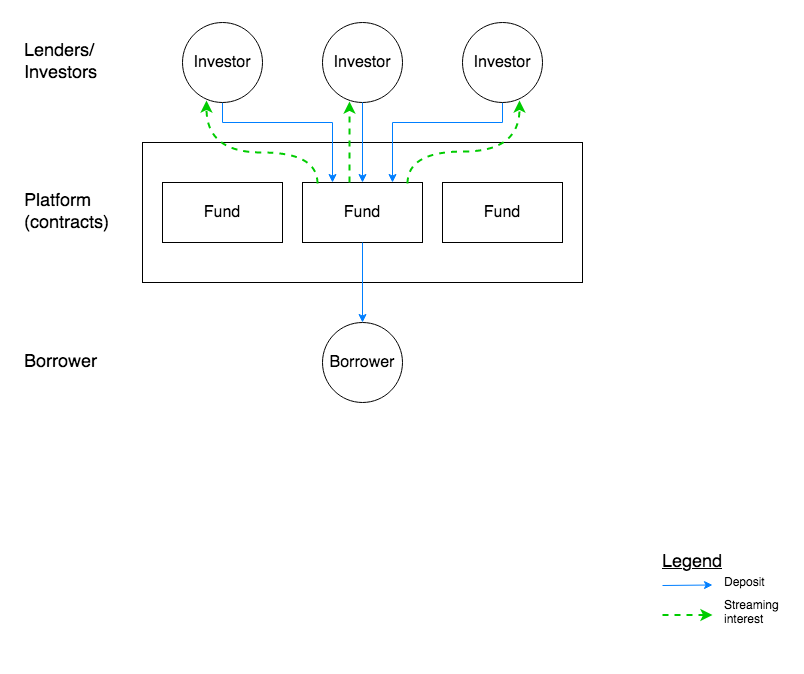
Above: presentation/slide02.png in johnson86tw/defuma (draw.io), before the change. Source tidied: cells renumbered, new cells last; positions are measured from the earlier drawing's top-left corner, leaving out a move shared by most shapes.
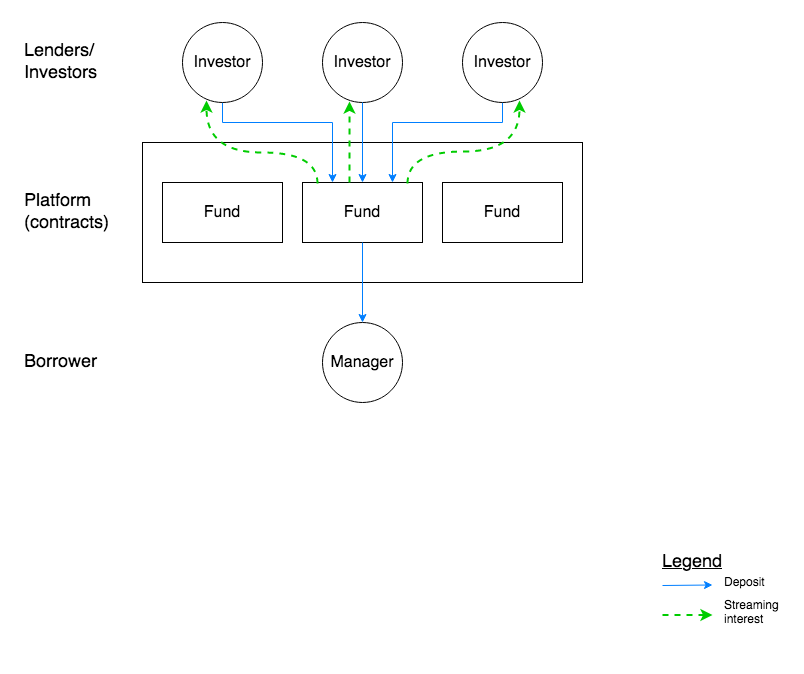
Above is the later version.

Commit message:
Highlight fund manager

What changed in the source:
```diff
@@ -8,7 +8,7 @@
     <mxCell id="3" value="&lt;font style=&quot;font-size: 16px&quot;&gt;Investor&lt;/font&gt;" style="ellipse;whiteSpace=wrap;html=1;" parent="1" vertex="1">
       <mxGeometry x="320" y="20" width="80" height="80" as="geometry" />
     </mxCell>
-    <mxCell id="4" value="&lt;div style=&quot;font-size: 16px&quot;&gt;&lt;font style=&quot;font-size: 16px&quot;&gt;Borrower&lt;/font&gt;&lt;/div&gt;" style="ellipse;whiteSpace=wrap;html=1;" parent="1" vertex="1">
+    <mxCell id="4" value="&lt;div style=&quot;font-size: 16px&quot;&gt;&lt;font style=&quot;font-size: 16px&quot;&gt;Manager&lt;/font&gt;&lt;/div&gt;" style="ellipse;whiteSpace=wrap;html=1;" parent="1" vertex="1">
       <mxGeometry x="320" y="320" width="80" height="80" as="geometry" />
     </mxCell>
     <mxCell id="5" style="rounded=0;whiteSpace=wrap;html=1;" parent="1" vertex="1">
```
